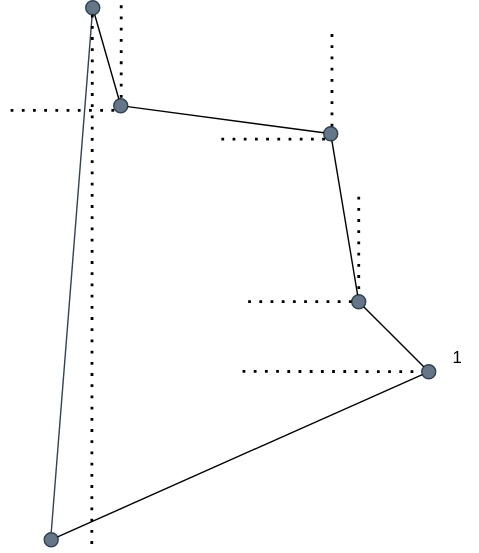
This is resources/infografika/fig5.svg from malirl/MP, a draw.io export, as it was before one commit. Source tidied: cells renumbered, new cells last; positions are measured from the earlier drawing's top-left corner, leaving out a move shared by most shapes. Source of this version:
```xml
<mxGraphModel>
  <root>
    <mxCell id="0" />
    <mxCell id="1" parent="0" />
    <mxCell id="2" style="endArrow=none;dashed=1;html=1;dashPattern=1 3;strokeWidth=2;rounded=0;" parent="1" edge="1">
      <mxGeometry relative="1" as="geometry">
        <mxPoint x="309.7" y="264.9" as="sourcePoint" />
        <mxPoint x="169.3" y="264.8" as="targetPoint" />
      </mxGeometry>
    </mxCell>
    <mxCell id="3" style="ellipse;whiteSpace=wrap;html=1;fillColor=#647687;fontColor=#ffffff;strokeColor=#314354;" parent="1" vertex="1">
      <mxGeometry x="249.7" y="210" width="10" height="10" as="geometry" />
    </mxCell>
    <mxCell id="4" style="ellipse;whiteSpace=wrap;html=1;fillColor=#647687;fontColor=#ffffff;strokeColor=#314354;" parent="1" vertex="1">
      <mxGeometry x="299.7" y="260" width="10" height="10" as="geometry" />
    </mxCell>
    <mxCell id="5" style="ellipse;whiteSpace=wrap;html=1;fillColor=#647687;fontColor=#ffffff;strokeColor=#314354;" parent="1" vertex="1">
      <mxGeometry x="229.7" y="90" width="10" height="10" as="geometry" />
    </mxCell>
    <mxCell id="6" style="endArrow=none;html=1;rounded=0;" parent="1" edge="1" source="3" target="4">
      <mxGeometry relative="1" as="geometry" />
    </mxCell>
    <mxCell id="7" style="endArrow=none;dashed=1;html=1;dashPattern=1 3;strokeWidth=2;rounded=0;" parent="1" edge="1" source="3">
      <mxGeometry relative="1" as="geometry">
        <mxPoint x="169.7" y="215" as="targetPoint" />
      </mxGeometry>
    </mxCell>
    <mxCell id="8" style="endArrow=none;dashed=1;html=1;dashPattern=1 3;strokeWidth=2;rounded=0;" parent="1" edge="1" target="3">
      <mxGeometry relative="1" as="geometry">
        <mxPoint x="254.7" y="140" as="sourcePoint" />
      </mxGeometry>
    </mxCell>
    <mxCell id="9" style="endArrow=none;html=1;rounded=0;" parent="1" edge="1" source="3" target="5">
      <mxGeometry relative="1" as="geometry" />
    </mxCell>
    <mxCell id="10" style="endArrow=none;dashed=1;html=1;dashPattern=1 3;strokeWidth=2;rounded=0;" parent="1" edge="1">
      <mxGeometry relative="1" as="geometry">
        <mxPoint x="230.5" y="98.9" as="sourcePoint" />
        <mxPoint x="150.5" y="98.9" as="targetPoint" />
      </mxGeometry>
    </mxCell>
    <mxCell id="11" style="endArrow=none;dashed=1;html=1;dashPattern=1 3;strokeWidth=2;rounded=0;" parent="1" edge="1">
      <mxGeometry relative="1" as="geometry">
        <mxPoint x="235.5" y="23.9" as="sourcePoint" />
        <mxPoint x="235.5" y="93.9" as="targetPoint" />
      </mxGeometry>
    </mxCell>
    <mxCell id="12" style="ellipse;whiteSpace=wrap;html=1;fillColor=#647687;fontColor=#ffffff;strokeColor=#314354;" parent="1" vertex="1">
      <mxGeometry x="79.7" y="70" width="10" height="10" as="geometry" />
    </mxCell>
    <mxCell id="13" style="endArrow=none;html=1;rounded=0;" parent="1" edge="1" source="12" target="5">
      <mxGeometry relative="1" as="geometry" />
    </mxCell>
    <mxCell id="14" style="endArrow=none;dashed=1;html=1;dashPattern=1 3;strokeWidth=2;rounded=0;" parent="1" edge="1">
      <mxGeometry relative="1" as="geometry">
        <mxPoint x="80" y="78.3" as="sourcePoint" />
        <mxPoint y="78.3" as="targetPoint" />
      </mxGeometry>
    </mxCell>
    <mxCell id="15" style="endArrow=none;dashed=1;html=1;dashPattern=1 3;strokeWidth=2;rounded=0;" parent="1" edge="1">
      <mxGeometry relative="1" as="geometry">
        <mxPoint x="85" y="3.3" as="sourcePoint" />
        <mxPoint x="85" y="73.3" as="targetPoint" />
      </mxGeometry>
    </mxCell>
    <mxCell id="16" style="ellipse;whiteSpace=wrap;html=1;fillColor=#647687;fontColor=#ffffff;strokeColor=#314354;" parent="1" vertex="1">
      <mxGeometry x="59.7" width="10" height="10" as="geometry" />
    </mxCell>
    <mxCell id="17" style="endArrow=none;html=1;rounded=0;" parent="1" edge="1" source="12" target="16">
      <mxGeometry relative="1" as="geometry" />
    </mxCell>
    <mxCell id="18" value="1" style="text;html=1;align=center;verticalAlign=middle;strokeColor=none;fillColor=none;" parent="1" vertex="1">
      <mxGeometry x="309.7" y="240" width="30" height="30" as="geometry" />
    </mxCell>
    <mxCell id="19" style="ellipse;whiteSpace=wrap;html=1;fillColor=#647687;fontColor=#ffffff;strokeColor=#314354;" parent="1" vertex="1">
      <mxGeometry x="30" y="380" width="10" height="10" as="geometry" />
    </mxCell>
    <mxCell id="20" style="endArrow=none;html=1;rounded=0;" parent="1" edge="1" source="19" target="4">
      <mxGeometry relative="1" as="geometry" />
    </mxCell>
    <mxCell id="21" style="endArrow=none;html=1;rounded=0;fillColor=#647687;strokeColor=#314354;exitX=0.5;exitY=0;exitDx=0;exitDy=0;" parent="1" edge="1" source="19" target="16">
      <mxGeometry relative="1" as="geometry" />
    </mxCell>
    <mxCell id="22" style="endArrow=none;dashed=1;html=1;dashPattern=1 3;strokeWidth=2;rounded=0;" parent="1" edge="1">
      <mxGeometry relative="1" as="geometry">
        <mxPoint x="64.4" y="10" as="sourcePoint" />
        <mxPoint x="64" y="392" as="targetPoint" />
      </mxGeometry>
    </mxCell>
  </root>
</mxGraphModel>
```
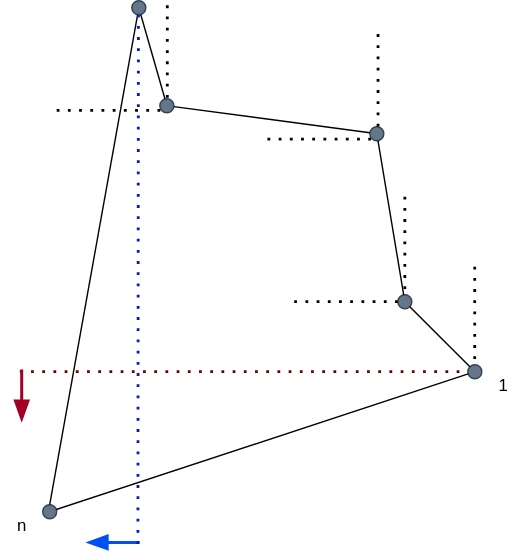
The same file after the commit.

Diff of the diagram source:
```diff
@@ -2,10 +2,19 @@
   <root>
     <mxCell id="0" />
     <mxCell id="1" parent="0" />
+    <mxCell id="23" style="shape=flexArrow;endArrow=classic;html=1;rounded=0;width=2.1333333333333333;endSize=5.208;endWidth=8.764444444444445;strokeColor=none;fillColor=#0050ef;" parent="1" edge="1">
+      <mxGeometry x="-0.22" relative="1" as="geometry">
+        <mxPoint x="65.7" y="386.9" as="sourcePoint" />
+        <mxPoint x="26" y="387" as="targetPoint" />
+        <Array as="points">
+          <mxPoint x="45.7" y="386.9" />
+        </Array>
+      </mxGeometry>
+    </mxCell>
-    <mxCell id="2" style="endArrow=none;dashed=1;html=1;dashPattern=1 3;strokeWidth=2;rounded=0;" parent="1" edge="1">
+    <mxCell id="2" style="endArrow=none;dashed=1;html=1;dashPattern=1 3;strokeWidth=2;rounded=0;fillColor=#a20025;strokeColor=#6F0000;" parent="1" edge="1">
       <mxGeometry relative="1" as="geometry">
         <mxPoint x="309.7" y="264.9" as="sourcePoint" />
-        <mxPoint x="169.3" y="264.8" as="targetPoint" />
+        <mxPoint x="-24" y="265" as="targetPoint" />
       </mxGeometry>
     </mxCell>
     <mxCell id="3" style="ellipse;whiteSpace=wrap;html=1;fillColor=#647687;fontColor=#ffffff;strokeColor=#314354;" parent="1" vertex="1">
@@ -70,22 +79,40 @@
       <mxGeometry relative="1" as="geometry" />
     </mxCell>
     <mxCell id="18" value="1" style="text;html=1;align=center;verticalAlign=middle;strokeColor=none;fillColor=none;" parent="1" vertex="1">
-      <mxGeometry x="309.7" y="240" width="30" height="30" as="geometry" />
+      <mxGeometry x="309.7" y="260" width="30" height="30" as="geometry" />
     </mxCell>
     <mxCell id="19" style="ellipse;whiteSpace=wrap;html=1;fillColor=#647687;fontColor=#ffffff;strokeColor=#314354;" parent="1" vertex="1">
-      <mxGeometry x="30" y="380" width="10" height="10" as="geometry" />
+      <mxGeometry x="-4" y="360" width="10" height="10" as="geometry" />
     </mxCell>
     <mxCell id="20" style="endArrow=none;html=1;rounded=0;" parent="1" edge="1" source="19" target="4">
       <mxGeometry relative="1" as="geometry" />
     </mxCell>
-    <mxCell id="21" style="endArrow=none;html=1;rounded=0;fillColor=#647687;strokeColor=#314354;exitX=0.5;exitY=0;exitDx=0;exitDy=0;" parent="1" edge="1" source="19" target="16">
+    <mxCell id="21" style="endArrow=none;html=1;rounded=0;fillColor=#f5f5f5;strokeColor=default;exitX=0.5;exitY=0;exitDx=0;exitDy=0;" parent="1" edge="1" source="19" target="16">
       <mxGeometry relative="1" as="geometry" />
     </mxCell>
-    <mxCell id="22" style="endArrow=none;dashed=1;html=1;dashPattern=1 3;strokeWidth=2;rounded=0;" parent="1" edge="1">
+    <mxCell id="22" style="endArrow=none;dashed=1;html=1;dashPattern=1 3;strokeWidth=2;rounded=0;fillColor=#0050ef;strokeColor=#001DBC;" parent="1" edge="1">
       <mxGeometry relative="1" as="geometry">
         <mxPoint x="64.4" y="10" as="sourcePoint" />
         <mxPoint x="64" y="392" as="targetPoint" />
       </mxGeometry>
     </mxCell>
+    <mxCell id="24" style="endArrow=none;dashed=1;html=1;dashPattern=1 3;strokeWidth=2;rounded=0;" parent="1" edge="1">
+      <mxGeometry x="0.77" y="51" relative="1" as="geometry">
+        <mxPoint x="304.6" y="190" as="sourcePoint" />
+        <mxPoint x="304.6" y="260" as="targetPoint" />
+      </mxGeometry>
+    </mxCell>
+    <mxCell id="25" value="n" style="text;html=1;align=center;verticalAlign=middle;strokeColor=none;fillColor=none;" parent="1" vertex="1">
+      <mxGeometry x="-34" y="360" width="30" height="30" as="geometry" />
+    </mxCell>
+    <mxCell id="26" style="shape=flexArrow;endArrow=classic;html=1;rounded=0;width=2.1333333333333333;endSize=5.208;endWidth=8.764444444444445;strokeColor=none;fillColor=#a20025;" parent="1" edge="1">
+      <mxGeometry relative="1" as="geometry">
+        <mxPoint x="-19" y="263" as="sourcePoint" />
+        <mxPoint x="-19" y="302" as="targetPoint" />
+        <Array as="points">
+          <mxPoint x="-19" y="291" />
+        </Array>
+      </mxGeometry>
+    </mxCell>
   </root>
 </mxGraphModel>
```
